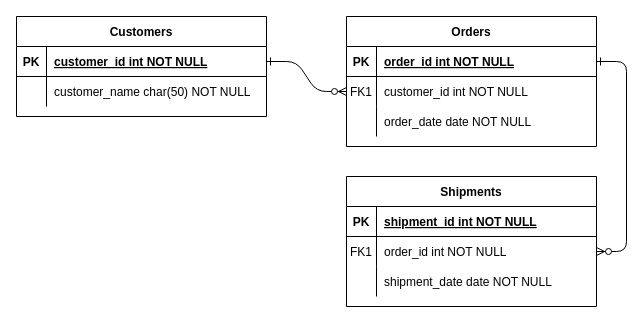
Before: entidad_relacion.drawio in Pemoreira74/Dolar_Blue_scraping, a draw.io diagram. Source tidied: cells renumbered, new cells numbered last; positions are measured from the earlier drawing's top-left corner, leaving out a move shared by most shapes. Both pictures are drawn from the tidied source at 100%, with x=0, y=0 at pixel (16, 16).
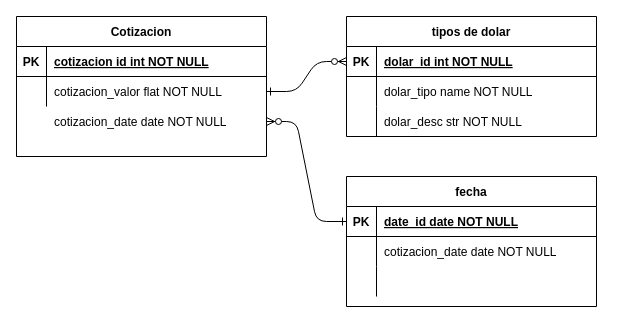
Above is the later version.

Unchanged cells that the change refers to:
```xml
<mxCell id="5" style="shape=partialRectangle;fillColor=none;points=[[0,0.5],[1,0.5]];portConstraint=eastwest;top=0;left=0;right=0;bottom=1;" parent="4" vertex="1">
  <mxGeometry y="30" width="250" height="30" as="geometry" />
</mxCell>
<mxCell id="8" style="shape=partialRectangle;fillColor=none;points=[[0,0.5],[1,0.5]];portConstraint=eastwest;top=0;left=0;right=0;bottom=0;" parent="4" vertex="1">
  <mxGeometry y="60" width="250" height="30" as="geometry" />
</mxCell>
<mxCell id="11" style="shape=partialRectangle;fillColor=none;top=0;left=0;right=0;bottom=0;" parent="4" vertex="1">
  <mxGeometry y="90" width="250" height="30" as="geometry" />
</mxCell>
<mxCell id="15" style="shape=partialRectangle;fillColor=none;points=[[0,0.5],[1,0.5]];portConstraint=eastwest;top=0;left=0;right=0;bottom=1;" parent="14" vertex="1">
  <mxGeometry y="30" width="250" height="30" as="geometry" />
</mxCell>
<mxCell id="18" style="shape=partialRectangle;fillColor=none;points=[[0,0.5],[1,0.5]];portConstraint=eastwest;top=0;left=0;right=0;bottom=0;" parent="14" vertex="1">
  <mxGeometry y="60" width="250" height="30" as="geometry" />
</mxCell>
<mxCell id="21" style="shape=partialRectangle;fillColor=none;top=0;left=0;right=0;bottom=0;" parent="14" vertex="1">
  <mxGeometry y="90" width="250" height="30" as="geometry" />
</mxCell>
<mxCell id="25" style="shape=partialRectangle;fillColor=none;points=[[0,0.5],[1,0.5]];portConstraint=eastwest;top=0;left=0;right=0;bottom=1;" parent="24" vertex="1">
  <mxGeometry y="30" width="250" height="30" as="geometry" />
</mxCell>
<mxCell id="28" style="shape=partialRectangle;fillColor=none;points=[[0,0.5],[1,0.5]];portConstraint=eastwest;top=0;left=0;right=0;bottom=0;" parent="24" vertex="1">
  <mxGeometry y="60" width="250" height="30" as="geometry" />
</mxCell>
```

Diff of the diagram source:
```diff
@@
-    <mxCell id="2" style="edgeStyle=entityRelationEdgeStyle;endArrow=ERzeroToMany;startArrow=ERone;endFill=1;startFill=0;" parent="1" edge="1" source="25" target="8">
+    <mxCell id="2" style="edgeStyle=entityRelationEdgeStyle;endArrow=ERzeroToMany;startArrow=ERone;endFill=1;startFill=0;exitX=1;exitY=0.5;exitDx=0;exitDy=0;entryX=0;entryY=0.5;entryDx=0;entryDy=0;" parent="1" edge="1" source="28" target="5">
       <mxGeometry relative="1" as="geometry" />
     </mxCell>
-    <mxCell id="3" style="edgeStyle=entityRelationEdgeStyle;endArrow=ERzeroToMany;startArrow=ERone;endFill=1;startFill=0;" parent="1" edge="1" source="5" target="18">
-      <mxGeometry relative="1" as="geometry" />
-    </mxCell>
-    <mxCell id="4" value="Orders" style="shape=table;startSize=30;childLayout=tableLayout;rowLines=0;fontStyle=1;align=center;" parent="1" vertex="1">
-      <mxGeometry x="330" width="250" height="130" as="geometry" />
+    <mxCell id="4" value="tipos de dolar" style="shape=table;startSize=30;childLayout=tableLayout;rowLines=0;fontStyle=1;align=center;" parent="1" vertex="1">
+      <mxGeometry x="330" width="250" height="120" as="geometry" />
     </mxCell>
@@
-    <mxCell id="7" value="order_id int NOT NULL " style="shape=partialRectangle;overflow=hidden;fillColor=none;top=0;left=0;bottom=0;right=0;align=left;spacingLeft=6;fontStyle=5;" parent="5" vertex="1">
+    <mxCell id="7" value="dolar_id int NOT NULL " style="shape=partialRectangle;overflow=hidden;fillColor=none;top=0;left=0;bottom=0;right=0;align=left;spacingLeft=6;fontStyle=5;" parent="5" vertex="1">
       <mxGeometry x="30" width="220" height="30" as="geometry" />
     </mxCell>
@@
-    <mxCell id="9" value="FK1" style="shape=partialRectangle;overflow=hidden;fillColor=none;top=0;left=0;bottom=0;right=0;" parent="8" vertex="1">
+    <mxCell id="9" style="shape=partialRectangle;overflow=hidden;fillColor=none;top=0;left=0;bottom=0;right=0;" parent="8" vertex="1">
       <mxGeometry width="30" height="30" as="geometry" />
     </mxCell>
-    <mxCell id="10" value="customer_id int NOT NULL" style="shape=partialRectangle;overflow=hidden;fillColor=none;top=0;left=0;bottom=0;right=0;align=left;spacingLeft=6;" parent="8" vertex="1">
+    <mxCell id="10" value="dolar_tipo name NOT NULL" style="shape=partialRectangle;overflow=hidden;fillColor=none;top=0;left=0;bottom=0;right=0;align=left;spacingLeft=6;" parent="8" vertex="1">
       <mxGeometry x="30" width="220" height="30" as="geometry" />
     </mxCell>
@@
-    <mxCell id="13" value="order_date date NOT NULL" style="shape=partialRectangle;overflow=hidden;fillColor=none;top=0;left=0;bottom=0;right=0;align=left;spacingLeft=6;" parent="11" vertex="1">
+    <mxCell id="13" value="dolar_desc str NOT NULL" style="shape=partialRectangle;overflow=hidden;fillColor=none;top=0;left=0;bottom=0;right=0;align=left;spacingLeft=6;" parent="11" vertex="1">
       <mxGeometry x="30" width="220" height="30" as="geometry" />
     </mxCell>
-    <mxCell id="14" value="Shipments" style="shape=table;startSize=30;childLayout=tableLayout;rowLines=0;fontStyle=1;align=center;" parent="1" vertex="1">
+    <mxCell id="14" value="fecha" style="shape=table;startSize=30;childLayout=tableLayout;rowLines=0;fontStyle=1;align=center;" parent="1" vertex="1">
       <mxGeometry x="330" y="160" width="250" height="130" as="geometry" />
     </mxCell>
@@
-    <mxCell id="17" value="shipment_id int NOT NULL " style="shape=partialRectangle;overflow=hidden;fillColor=none;top=0;left=0;bottom=0;right=0;align=left;spacingLeft=6;fontStyle=5;" parent="15" vertex="1">
+    <mxCell id="17" value="date_id date NOT NULL " style="shape=partialRectangle;overflow=hidden;fillColor=none;top=0;left=0;bottom=0;right=0;align=left;spacingLeft=6;fontStyle=5;" parent="15" vertex="1">
       <mxGeometry x="30" width="220" height="30" as="geometry" />
     </mxCell>
@@
-    <mxCell id="19" value="FK1" style="shape=partialRectangle;overflow=hidden;fillColor=none;top=0;left=0;bottom=0;right=0;" parent="18" vertex="1">
+    <mxCell id="19" style="shape=partialRectangle;overflow=hidden;fillColor=none;top=0;left=0;bottom=0;right=0;" parent="18" vertex="1">
       <mxGeometry width="30" height="30" as="geometry" />
     </mxCell>
-    <mxCell id="20" value="order_id int NOT NULL" style="shape=partialRectangle;overflow=hidden;fillColor=none;top=0;left=0;bottom=0;right=0;align=left;spacingLeft=6;" parent="18" vertex="1">
+    <mxCell id="20" value="cotizacion_date date NOT NULL" style="shape=partialRectangle;overflow=hidden;fillColor=none;top=0;left=0;bottom=0;right=0;align=left;spacingLeft=6;" parent="18" vertex="1">
       <mxGeometry x="30" width="220" height="30" as="geometry" />
     </mxCell>
@@
-    <mxCell id="23" value="shipment_date date NOT NULL" style="shape=partialRectangle;overflow=hidden;fillColor=none;top=0;left=0;bottom=0;right=0;align=left;spacingLeft=6;" parent="21" vertex="1">
+    <mxCell id="23" style="shape=partialRectangle;overflow=hidden;fillColor=none;top=0;left=0;bottom=0;right=0;align=left;spacingLeft=6;" parent="21" vertex="1">
       <mxGeometry x="30" width="220" height="30" as="geometry" />
     </mxCell>
-    <mxCell id="24" value="Customers" style="shape=table;startSize=30;childLayout=tableLayout;rowLines=0;fontStyle=1;align=center;" parent="1" vertex="1">
-      <mxGeometry width="250" height="100" as="geometry" />
+    <mxCell id="24" value="Cotizacion" style="shape=table;startSize=30;childLayout=tableLayout;rowLines=0;fontStyle=1;align=center;" parent="1" vertex="1">
+      <mxGeometry width="250" height="140" as="geometry" />
     </mxCell>
@@
-    <mxCell id="27" value="customer_id int NOT NULL " style="shape=partialRectangle;overflow=hidden;fillColor=none;top=0;left=0;bottom=0;right=0;align=left;spacingLeft=6;fontStyle=5;" parent="25" vertex="1">
+    <mxCell id="27" value="cotizacion id int NOT NULL" style="shape=partialRectangle;overflow=hidden;fillColor=none;top=0;left=0;bottom=0;right=0;align=left;spacingLeft=6;fontStyle=5;" parent="25" vertex="1">
       <mxGeometry x="30" width="220" height="30" as="geometry" />
     </mxCell>
@@
-    <mxCell id="30" value="customer_name char(50) NOT NULL" style="shape=partialRectangle;overflow=hidden;fillColor=none;top=0;left=0;bottom=0;right=0;align=left;spacingLeft=6;" parent="28" vertex="1">
+    <mxCell id="30" value="cotizacion_valor flat NOT NULL" style="shape=partialRectangle;overflow=hidden;fillColor=none;top=0;left=0;bottom=0;right=0;align=left;spacingLeft=6;" parent="28" vertex="1">
       <mxGeometry x="30" width="220" height="30" as="geometry" />
     </mxCell>
+    <mxCell id="31" style="shape=partialRectangle;fillColor=none;points=[[0,0.5],[1,0.5]];portConstraint=eastwest;top=0;left=0;right=0;bottom=0;" parent="1" vertex="1">
+      <mxGeometry y="90" width="250" height="30" as="geometry" />
+    </mxCell>
+    <mxCell id="32" style="shape=partialRectangle;overflow=hidden;fillColor=none;top=0;left=0;bottom=0;right=0;" parent="31" vertex="1">
+      <mxGeometry width="30" height="30" as="geometry" />
+    </mxCell>
+    <mxCell id="33" value="cotizacion_date date NOT NULL" style="shape=partialRectangle;overflow=hidden;fillColor=none;top=0;left=0;bottom=0;right=0;align=left;spacingLeft=6;" parent="31" vertex="1">
+      <mxGeometry x="30" width="220" height="30" as="geometry" />
+    </mxCell>
+    <mxCell id="34" style="edgeStyle=entityRelationEdgeStyle;endArrow=ERzeroToMany;startArrow=ERone;endFill=1;startFill=0;entryX=1;entryY=0.5;entryDx=0;entryDy=0;exitX=0;exitY=0.5;exitDx=0;exitDy=0;" parent="1" edge="1" source="15" target="31">
+      <mxGeometry relative="1" as="geometry" />
+    </mxCell>
```
